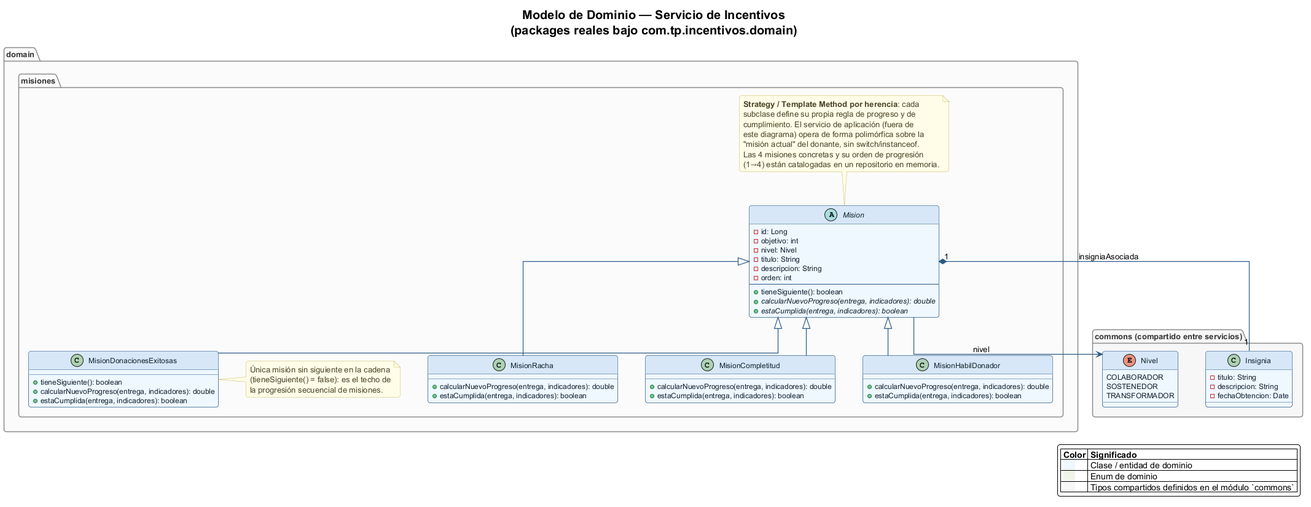
aholman-utn/donatrack keeps this PlantUML diagram as docs/uml/domain/incentivos.png. Above is the earlier version.
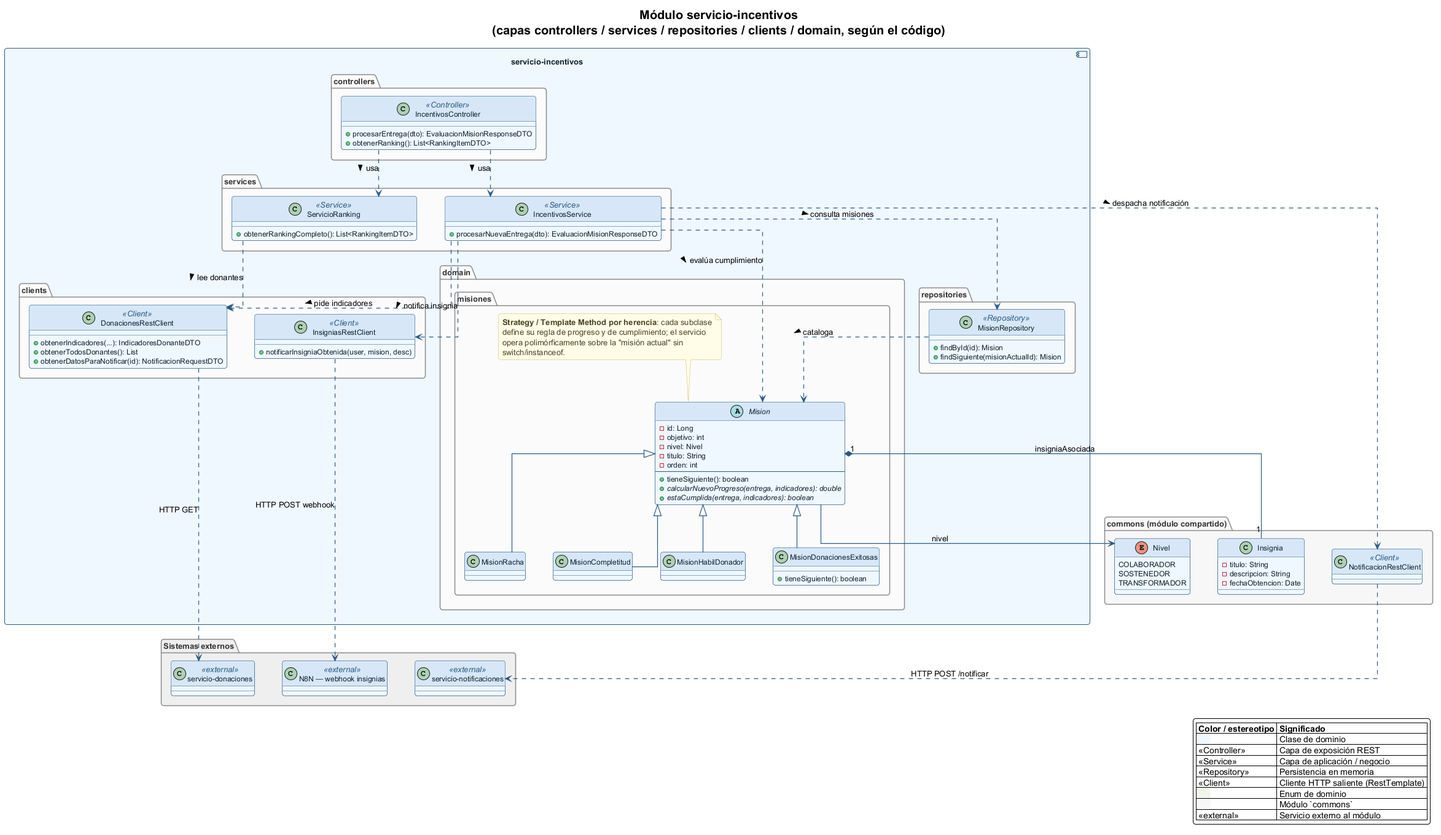
Later version of the same file.

Commit message:
Se definio una estructura embebida modular la cual contenga las distintas capas dentro de packages y como estas se interconectan con el fin de presentar los componentes internos del proyecto

Change to the diagram source:
```diff
@@ -1,82 +1,121 @@
 @startuml incentivos
 !include ../_style.puml
 
-title Modelo de Dominio — Servicio de Incentivos\n(packages reales bajo com.tp.incentivos.domain)
+title Módulo servicio-incentivos\n(capas controllers / services / repositories / clients / domain, según el código)
 
-package "domain.misiones" {
-    abstract class Mision {
-        -id: Long
-        -objetivo: int
-        -nivel: Nivel
-        -titulo: String
-        -descripcion: String
-        -orden: int
-        --
-        +tieneSiguiente(): boolean
-        +{abstract} calcularNuevoProgreso(entrega, indicadores): double
-        +{abstract} estaCumplida(entrega, indicadores): boolean
+skinparam componentStyle uml2
+
+component "servicio-incentivos" as Modulo {
+
+    package "controllers" {
+        class IncentivosController <<Controller>> {
+            +procesarEntrega(dto): EvaluacionMisionResponseDTO
+            +obtenerRanking(): List<RankingItemDTO>
+        }
     }
 
-    class MisionRacha extends Mision {
-        +calcularNuevoProgreso(entrega, indicadores): double
-        +estaCumplida(entrega, indicadores): boolean
+    package "services" {
+        class IncentivosService <<Service>> {
+            +procesarNuevaEntrega(dto): EvaluacionMisionResponseDTO
+        }
+        class ServicioRanking <<Service>> {
+            +obtenerRankingCompleto(): List<RankingItemDTO>
+        }
     }
 
-    class MisionCompletitud extends Mision {
-        +calcularNuevoProgreso(entrega, indicadores): double
-        +estaCumplida(entrega, indicadores): boolean
+    package "repositories" {
+        class MisionRepository <<Repository>> {
+            +findById(id): Mision
+            +findSiguiente(misionActualId): Mision
+        }
     }
 
-    class MisionHabilDonador extends Mision {
-        +calcularNuevoProgreso(entrega, indicadores): double
-        +estaCumplida(entrega, indicadores): boolean
+    package "clients" {
+        class DonacionesRestClient <<Client>> {
+            +obtenerIndicadores(...): IndicadoresDonanteDTO
+            +obtenerTodosDonantes(): List
+            +obtenerDatosParaNotificar(id): NotificacionRequestDTO
+        }
+        class InsigniasRestClient <<Client>> {
+            +notificarInsigniaObtenida(user, mision, desc)
+        }
     }
 
-    class MisionDonacionesExitosas extends Mision {
-        +tieneSiguiente(): boolean
-        +calcularNuevoProgreso(entrega, indicadores): double
-        +estaCumplida(entrega, indicadores): boolean
+    package "domain.misiones" {
+        abstract class Mision {
+            -id: Long
+            -objetivo: int
+            -nivel: Nivel
+            -titulo: String
+            -orden: int
+            --
+            +tieneSiguiente(): boolean
+            +{abstract} calcularNuevoProgreso(entrega, indicadores): double
+            +{abstract} estaCumplida(entrega, indicadores): boolean
+        }
+        class MisionRacha extends Mision
+        class MisionCompletitud extends Mision
+        class MisionHabilDonador extends Mision
+        class MisionDonacionesExitosas extends Mision {
+            +tieneSiguiente(): boolean
+        }
+
+        note top of Mision
+            **Strategy / Template Method por herencia**: cada subclase
+            define su regla de progreso y de cumplimiento; el servicio
+            opera polimórficamente sobre la "misión actual" sin
+            switch/instanceof.
+        end note
     }
-
-    note top of Mision
-        **Strategy / Template Method por herencia**: cada
-        subclase define su propia regla de progreso y de
-        cumplimiento. El servicio de aplicación (fuera de
-        este diagrama) opera de forma polimórfica sobre la
-        "misión actual" del donante, sin switch/instanceof.
-        Las 4 misiones concretas y su orden de progresión
-        (1→4) están catalogadas en un repositorio en memoria.
-    end note
-
-    note right of MisionDonacionesExitosas
-        Única misión sin siguiente en la cadena
-        (tieneSiguiente() = false): es el techo de
-        la progresión secuencial de misiones.
-    end note
 }
 
-package "commons (compartido entre servicios)" #F7F7F7 {
+package "commons (módulo compartido)" #F7F7F7 {
     class Insignia {
         -titulo: String
         -descripcion: String
         -fechaObtencion: Date
     }
-
     enum Nivel {
         COLABORADOR
         SOSTENEDOR
         TRANSFORMADOR
     }
+    class NotificacionRestClient <<Client>>
 }
+
+package "Sistemas externos" #EEEEEE {
+    class "servicio-donaciones" as ExtDon <<external>>
+    class "N8N — webhook insignias" as ExtN8N <<external>>
+    class "servicio-notificaciones" as ExtNot <<external>>
+}
+
+IncentivosController ..> IncentivosService : usa >
+IncentivosController ..> ServicioRanking : usa >
+IncentivosService ..> MisionRepository : consulta misiones >
+IncentivosService ..> DonacionesRestClient : pide indicadores >
+IncentivosService ..> InsigniasRestClient : notifica insignia >
+IncentivosService ..> NotificacionRestClient : despacha notificación >
+IncentivosService ..> Mision : evalúa cumplimiento >
+ServicioRanking ..> DonacionesRestClient : lee donantes >
+MisionRepository ..> Mision : cataloga >
 
 Mision "1" *-- "1" Insignia : insigniaAsociada
 Mision --> Nivel : nivel
 
+DonacionesRestClient ..> ExtDon : HTTP GET
+InsigniasRestClient ..> ExtN8N : HTTP POST webhook
+NotificacionRestClient ..> ExtNot : HTTP POST /notificar
+
 legend right
-    |= Color |= Significado |
-    | <back:#EFF6FF>     </back> | Clase / entidad de dominio |
+    |= Color / estereotipo |= Significado |
+    | <back:#EFF6FF>     </back> | Clase de dominio |
+    | <<Controller>> | Capa de exposición REST |
+    | <<Service>> | Capa de aplicación / negocio |
+    | <<Repository>> | Persistencia en memoria |
+    | <<Client>> | Cliente HTTP saliente (RestTemplate) |
     | <back:#F1F4E8>     </back> | Enum de dominio |
-    | <back:#F7F7F7>     </back> | Tipos compartidos definidos en el módulo `commons` |
+    | <back:#F7F7F7>     </back> | Módulo `commons` |
+    | <<external>> | Servicio externo al módulo |
 endlegend
 
 @enduml
```
